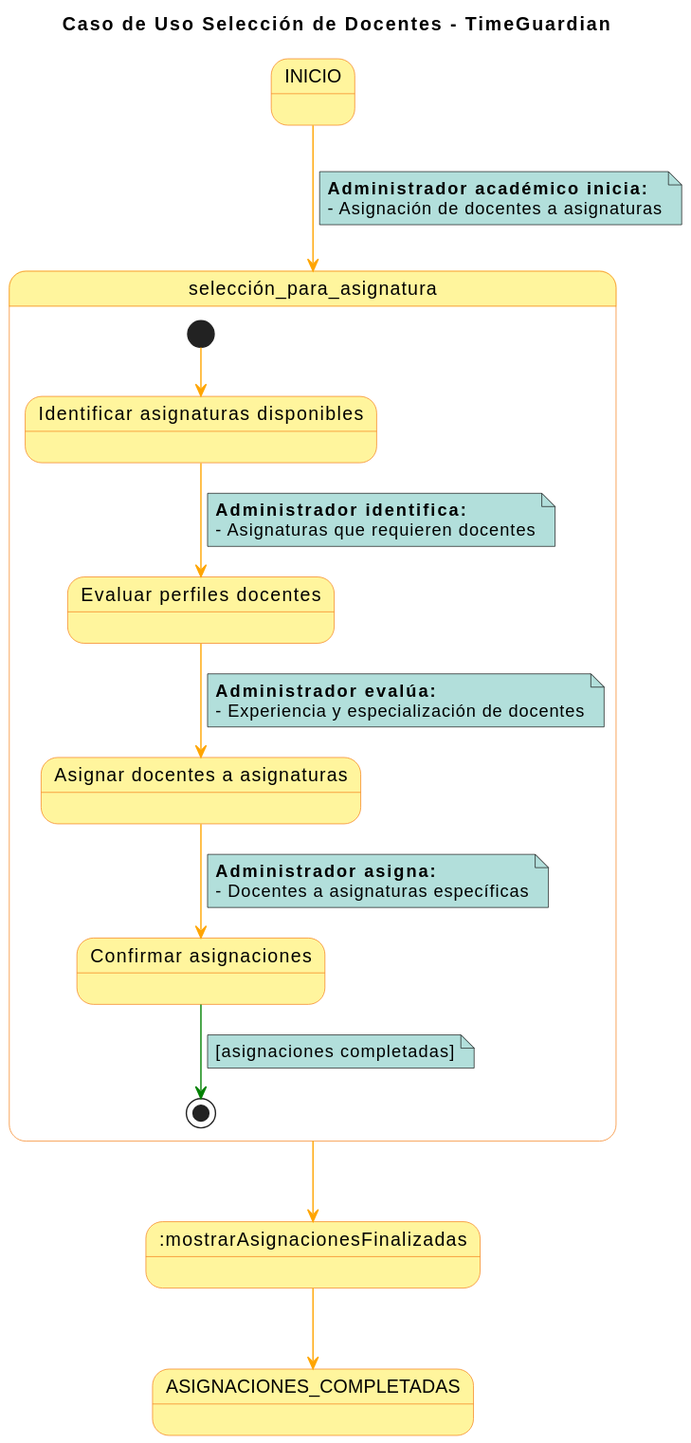
The PlantUML diagram imagenes/Casos de Uso/Detalles de Selección de docentes.svg in mmasias/23-24-IdSw1-SDR, before a commit. Its diagram source:
```plantuml
@startuml
skinparam state {
  BackgroundColor #fff59d
  BorderColor #f57f17
}

skinparam note {
  BackgroundColor #b2dfdb
}

skinparam linetype polyline

title Caso de Uso Selección de Docentes - TimeGuardian

INICIO -[#orange]-> selección_para_asignatura
note on link
  **Administrador académico inicia:**
  - Asignación de docentes a asignaturas
end note

state selección_para_asignatura {
  state "Identificar asignaturas disponibles" as A
  state "Evaluar perfiles docentes" as B
  state "Asignar docentes a asignaturas" as C
  state "Confirmar asignaciones" as D

  [*] -[#orange]-> A
  A -[#orange]-> B
  note on link
      **Administrador identifica:**
      - Asignaturas que requieren docentes
  end note
  B -[#orange]-> C
  note on link
    **Administrador evalúa:**
    - Experiencia y especialización de docentes
  end note
  C -[#orange]-> D
  note on link
    **Administrador asigna:**
    - Docentes a asignaturas específicas
  end note
  D -[#green]-> [*]
  note on link
    [asignaciones completadas]
  end note
}

selección_para_asignatura -[#orange]-> :mostrarAsignacionesFinalizadas

:mostrarAsignacionesFinalizadas -[#orange]-> ASIGNACIONES_COMPLETADAS
@enduml
```
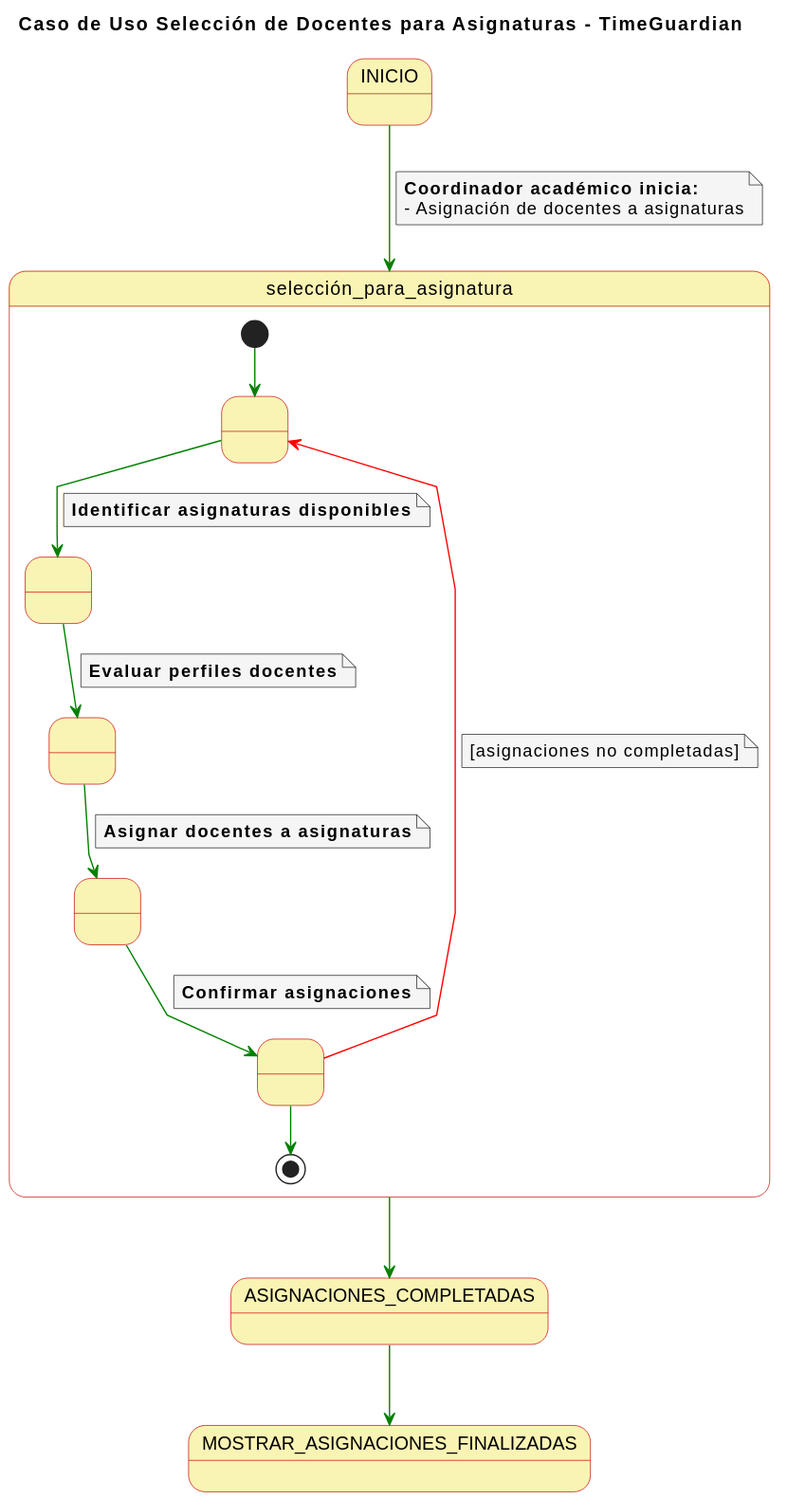
After the change.

What changed in the source:
```diff
@@ -1,52 +1,55 @@
 @startuml
 skinparam state {
-  BackgroundColor #fff59d
-  BorderColor #f57f17
+  BackgroundColor #faf4b4
+  BorderColor #c90000
 }
 
 skinparam note {
-  BackgroundColor #b2dfdb
+  BackgroundColor #f5f5f5
 }
 
 skinparam linetype polyline
 
-title Caso de Uso Selección de Docentes - TimeGuardian
+title Caso de Uso Selección de Docentes para Asignaturas - TimeGuardian
 
-INICIO -[#orange]-> selección_para_asignatura
+INICIO -[#green]-> selección_para_asignatura
 note on link
-  **Administrador académico inicia:**
+  **Coordinador académico inicia:**
   - Asignación de docentes a asignaturas
 end note
 
 state selección_para_asignatura {
-  state "Identificar asignaturas disponibles" as A
-  state "Evaluar perfiles docentes" as B
-  state "Asignar docentes a asignaturas" as C
-  state "Confirmar asignaciones" as D
+  state 1 as " "
+  state 2 as " "
+  state 3 as " "
+  state 4 as " "
+  state 5 as " "
 
-  [*] -[#orange]-> A
-  A -[#orange]-> B
+  [*] -[#green]-> 1
+  1 -[#green]-> 2
   note on link
-      **Administrador identifica:**
-      - Asignaturas que requieren docentes
+      **Identificar asignaturas disponibles**
   end note
-  B -[#orange]-> C
+  2 -[#green]-> 3
   note on link
-    **Administrador evalúa:**
-    - Experiencia y especialización de docentes
+    **Evaluar perfiles docentes**
   end note
-  C -[#orange]-> D
+  3 -[#green]-> 4
   note on link
-    **Administrador asigna:**
-    - Docentes a asignaturas específicas
+    **Asignar docentes a asignaturas**
   end note
-  D -[#green]-> [*]
+  4 -[#green]-> 5
   note on link
-    [asignaciones completadas]
+    **Confirmar asignaciones**
   end note
+  5 -[#red]-> 1
+  note on link
+    [asignaciones no completadas]
+  end note
+  5 -[#green]-> [*]
 }
 
-selección_para_asignatura -[#orange]-> :mostrarAsignacionesFinalizadas
+selección_para_asignatura -[#green]-> ASIGNACIONES_COMPLETADAS
 
-:mostrarAsignacionesFinalizadas -[#orange]-> ASIGNACIONES_COMPLETADAS
+ASIGNACIONES_COMPLETADAS -[#green]-> MOSTRAR_ASIGNACIONES_FINALIZADAS
 @enduml
```
